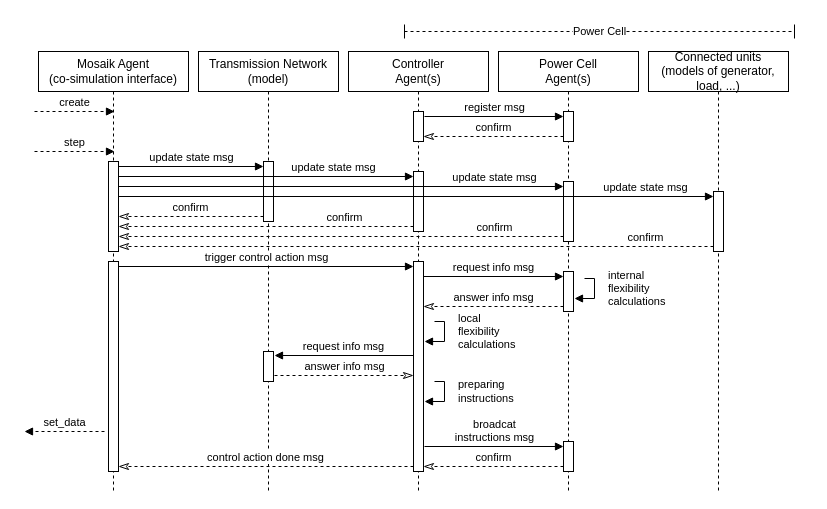
Ellariel/mango_hybit keeps this draw.io diagram as misc/mas.drawio. Above is the earlier version. Source tidied: cells renumbered, new cells numbered last; positions are measured from the earlier drawing's top-left corner, leaving out a move shared by most shapes. Both pictures are drawn from the tidied source at 100%, with x=0, y=0 at pixel (24, 31).
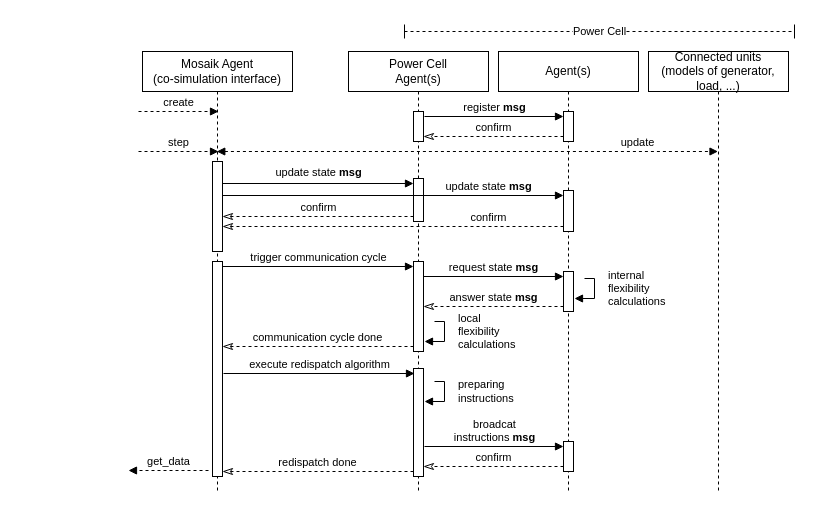
After the change.

The change refers to these unchanged cells:
```xml
<mxCell id="9" style="html=1;points=[[0,0,0,0,5],[0,1,0,0,-5],[1,0,0,0,5],[1,1,0,0,-5]];perimeter=orthogonalPerimeter;outlineConnect=0;targetShapes=umlLifeline;portConstraint=eastwest;newEdgeStyle={&quot;curved&quot;:0,&quot;rounded&quot;:0};" parent="8" vertex="1">
  <mxGeometry x="65" y="60" width="10" height="30" as="geometry" />
</mxCell>
<mxCell id="11" style="html=1;points=[[0,0,0,0,5],[0,1,0,0,-5],[1,0,0,0,5],[1,1,0,0,-5]];perimeter=orthogonalPerimeter;outlineConnect=0;targetShapes=umlLifeline;portConstraint=eastwest;newEdgeStyle={&quot;curved&quot;:0,&quot;rounded&quot;:0};" parent="8" vertex="1">
  <mxGeometry x="65" y="220" width="10" height="40" as="geometry" />
</mxCell>
<mxCell id="13" style="html=1;points=[[0,0,0,0,5],[0,1,0,0,-5],[1,0,0,0,5],[1,1,0,0,-5]];perimeter=orthogonalPerimeter;outlineConnect=0;targetShapes=umlLifeline;portConstraint=eastwest;newEdgeStyle={&quot;curved&quot;:0,&quot;rounded&quot;:0};" parent="8" vertex="1">
  <mxGeometry x="65" y="390" width="10" height="30" as="geometry" />
</mxCell>
<mxCell id="20" value="Connected units&lt;br style=&quot;border-color: var(--border-color);&quot;&gt;(models of generator, load, ...)" style="shape=umlLifeline;perimeter=lifelinePerimeter;whiteSpace=wrap;html=1;newEdgeStyle={&quot;curved&quot;:0,&quot;rounded&quot;:0};" parent="1" vertex="1">
  <mxGeometry x="624" y="20" width="140" height="440" as="geometry" />
</mxCell>
<mxCell id="23" style="html=1;points=[[0,0,0,0,5],[0,1,0,0,-5],[1,0,0,0,5],[1,1,0,0,-5]];perimeter=orthogonalPerimeter;outlineConnect=0;targetShapes=umlLifeline;portConstraint=eastwest;newEdgeStyle={&quot;curved&quot;:0,&quot;rounded&quot;:0};" parent="22" vertex="1">
  <mxGeometry x="70" y="110" width="10" height="90" as="geometry" />
</mxCell>
```

Change to the diagram source:
```diff
@@
-    <mxCell id="2" value="Transmission Network&lt;br&gt;(model)" style="shape=umlLifeline;perimeter=lifelinePerimeter;whiteSpace=wrap;html=1;newEdgeStyle={&quot;curved&quot;:0,&quot;rounded&quot;:0};" parent="1" vertex="1">
-      <mxGeometry x="174" y="20" width="140" height="440" as="geometry" />
-    </mxCell>
-    <mxCell id="3" style="html=1;points=[[0,0,0,0,5],[0,1,0,0,-5],[1,0,0,0,5],[1,1,0,0,-5]];perimeter=orthogonalPerimeter;outlineConnect=0;targetShapes=umlLifeline;portConstraint=eastwest;newEdgeStyle={&quot;curved&quot;:0,&quot;rounded&quot;:0};" parent="2" vertex="1">
-      <mxGeometry x="65" y="110" width="10" height="60" as="geometry" />
-    </mxCell>
-    <mxCell id="4" value="Controller &lt;br&gt;Agent(s)" style="shape=umlLifeline;perimeter=lifelinePerimeter;whiteSpace=wrap;html=1;newEdgeStyle={&quot;curved&quot;:0,&quot;rounded&quot;:0};" parent="1" vertex="1">
+    <mxCell id="4" value="Power Cell&lt;br&gt;Agent(s)" style="shape=umlLifeline;perimeter=lifelinePerimeter;whiteSpace=wrap;html=1;newEdgeStyle={&quot;curved&quot;:0,&quot;rounded&quot;:0};" parent="1" vertex="1">
       <mxGeometry x="324" y="20" width="140" height="440" as="geometry" />
     </mxCell>
@@
     <mxCell id="6" style="html=1;points=[[0,0,0,0,5],[0,1,0,0,-5],[1,0,0,0,5],[1,1,0,0,-5]];perimeter=orthogonalPerimeter;outlineConnect=0;targetShapes=umlLifeline;portConstraint=eastwest;newEdgeStyle={&quot;curved&quot;:0,&quot;rounded&quot;:0};" parent="4" vertex="1">
-      <mxGeometry x="65" y="120" width="10" height="60" as="geometry" />
+      <mxGeometry x="65" y="127" width="10" height="43" as="geometry" />
     </mxCell>
     <mxCell id="7" style="html=1;points=[[0,0,0,0,5],[0,1,0,0,-5],[1,0,0,0,5],[1,1,0,0,-5]];perimeter=orthogonalPerimeter;outlineConnect=0;targetShapes=umlLifeline;portConstraint=eastwest;newEdgeStyle={&quot;curved&quot;:0,&quot;rounded&quot;:0};" parent="4" vertex="1">
-      <mxGeometry x="65" y="210" width="10" height="210" as="geometry" />
+      <mxGeometry x="65" y="210" width="10" height="90" as="geometry" />
     </mxCell>
-    <mxCell id="8" value="Power Cell&lt;br&gt;Agent(s)" style="shape=umlLifeline;perimeter=lifelinePerimeter;whiteSpace=wrap;html=1;newEdgeStyle={&quot;curved&quot;:0,&quot;rounded&quot;:0};" parent="1" vertex="1">
+    <mxCell id="8" value="Agent(s)" style="shape=umlLifeline;perimeter=lifelinePerimeter;whiteSpace=wrap;html=1;newEdgeStyle={&quot;curved&quot;:0,&quot;rounded&quot;:0};" parent="1" vertex="1">
       <mxGeometry x="474" y="20" width="140" height="440" as="geometry" />
     </mxCell>
@@
     <mxCell id="10" style="html=1;points=[[0,0,0,0,5],[0,1,0,0,-5],[1,0,0,0,5],[1,1,0,0,-5]];perimeter=orthogonalPerimeter;outlineConnect=0;targetShapes=umlLifeline;portConstraint=eastwest;newEdgeStyle={&quot;curved&quot;:0,&quot;rounded&quot;:0};" parent="8" vertex="1">
-      <mxGeometry x="65" y="130" width="10" height="60" as="geometry" />
+      <mxGeometry x="65" y="139" width="10" height="41" as="geometry" />
     </mxCell>
@@
-    <mxCell id="12" style="html=1;perimeter=orthogonalPerimeter;targetShapes=umlLifeline;newEdgeStyle={&quot;curved&quot;:0,&quot;rounded&quot;:0};" parent="8" vertex="1">
-      <mxGeometry x="-235" y="300" width="10" height="30" as="geometry" />
-    </mxCell>
@@
-    <mxCell id="14" value="broadcat &lt;br&gt;instructions msg" style="html=1;verticalAlign=bottom;endArrow=block;curved=0;rounded=0;entryX=0;entryY=0;entryDx=0;entryDy=5;" parent="8" edge="1" target="13">
+    <mxCell id="14" value="broadcat &lt;br&gt;instructions &lt;b&gt;msg&lt;/b&gt;" style="html=1;verticalAlign=bottom;endArrow=block;curved=0;rounded=0;entryX=0;entryY=0;entryDx=0;entryDy=5;" parent="8" edge="1" target="13">
       <mxGeometry relative="1" as="geometry">
         <mxPoint x="-74" y="395" as="sourcePoint" />
       </mxGeometry>
     </mxCell>
@@
-    <mxCell id="18" value="request info msg" style="html=1;verticalAlign=bottom;endArrow=block;curved=0;rounded=0;" parent="8" edge="1">
-      <mxGeometry relative="1" as="geometry">
-        <mxPoint x="-85" y="304" as="sourcePoint" />
-        <mxPoint x="-224" y="304" as="targetPoint" />
-      </mxGeometry>
-    </mxCell>
-    <mxCell id="19" value="answer info msg" style="html=1;verticalAlign=bottom;endArrow=classicThin;dashed=1;endSize=8;curved=0;rounded=0;endFill=0;" parent="8" edge="1">
-      <mxGeometry relative="1" as="geometry">
-        <mxPoint x="-224" y="324" as="sourcePoint" />
-        <mxPoint x="-85" y="324" as="targetPoint" />
-      </mxGeometry>
-    </mxCell>
@@
-    <mxCell id="21" style="html=1;points=[[0,0,0,0,5],[0,1,0,0,-5],[1,0,0,0,5],[1,1,0,0,-5]];perimeter=orthogonalPerimeter;outlineConnect=0;targetShapes=umlLifeline;portConstraint=eastwest;newEdgeStyle={&quot;curved&quot;:0,&quot;rounded&quot;:0};" parent="20" vertex="1">
-      <mxGeometry x="65" y="140" width="10" height="60" as="geometry" />
-    </mxCell>
     <mxCell id="22" value="Mosaik Agent&lt;br&gt;(co-simulation interface)" style="shape=umlLifeline;perimeter=lifelinePerimeter;whiteSpace=wrap;html=1;newEdgeStyle={&quot;curved&quot;:0,&quot;rounded&quot;:0};" parent="1" vertex="1">
-      <mxGeometry x="14" y="20" width="150" height="440" as="geometry" />
+      <mxGeometry x="118" y="20" width="150" height="440" as="geometry" />
     </mxCell>
@@
     <mxCell id="24" style="html=1;points=[[0,0,0,0,5],[0,1,0,0,-5],[1,0,0,0,5],[1,1,0,0,-5]];perimeter=orthogonalPerimeter;outlineConnect=0;targetShapes=umlLifeline;portConstraint=eastwest;newEdgeStyle={&quot;curved&quot;:0,&quot;rounded&quot;:0};" parent="22" vertex="1">
-      <mxGeometry x="70" y="210" width="10" height="210" as="geometry" />
+      <mxGeometry x="70" y="210" width="10" height="215" as="geometry" />
     </mxCell>
-    <mxCell id="25" value="register msg" style="html=1;verticalAlign=bottom;endArrow=block;curved=0;rounded=0;entryX=0;entryY=0;entryDx=0;entryDy=5;" parent="1" edge="1" target="9">
+    <mxCell id="25" value="register &lt;b&gt;msg&lt;/b&gt;" style="html=1;verticalAlign=bottom;endArrow=block;curved=0;rounded=0;entryX=0;entryY=0;entryDx=0;entryDy=5;" parent="1" edge="1" target="9">
       <mxGeometry relative="1" as="geometry">
         <mxPoint x="400" y="85" as="sourcePoint" />
       </mxGeometry>
     </mxCell>
@@
     <mxCell id="28" value="step" style="html=1;verticalAlign=bottom;endArrow=block;curved=0;rounded=0;dashed=1;" parent="1" edge="1">
       <mxGeometry relative="1" as="geometry">
-        <mxPoint x="10" y="120" as="sourcePoint" />
-        <mxPoint x="90" y="120" as="targetPoint" />
+        <mxPoint x="114" y="120" as="sourcePoint" />
+        <mxPoint x="194" y="120" as="targetPoint" />
       </mxGeometry>
     </mxCell>
     <mxCell id="29" value="create" style="html=1;verticalAlign=bottom;endArrow=block;curved=0;rounded=0;dashed=1;" parent="1" edge="1">
       <mxGeometry relative="1" as="geometry">
-        <mxPoint x="10" y="80" as="sourcePoint" />
-        <mxPoint x="90" y="80" as="targetPoint" />
+        <mxPoint x="114" y="80" as="sourcePoint" />
+        <mxPoint x="194" y="80" as="targetPoint" />
       </mxGeometry>
     </mxCell>
-    <mxCell id="30" value="update state msg" style="html=1;verticalAlign=bottom;endArrow=block;curved=0;rounded=0;entryX=0;entryY=0;entryDx=0;entryDy=5;exitX=1;exitY=0;exitDx=0;exitDy=5;exitPerimeter=0;" parent="1" edge="1" source="23" target="3">
-      <mxGeometry relative="1" as="geometry" />
-    </mxCell>
-    <mxCell id="31" value="confirm" style="html=1;verticalAlign=bottom;endArrow=classicThin;dashed=1;endSize=8;curved=0;rounded=0;exitX=0;exitY=1;exitDx=0;exitDy=-5;endFill=0;" parent="1" edge="1" source="3" target="23">
-      <mxGeometry relative="1" as="geometry" />
-    </mxCell>
-    <mxCell id="32" value="update state msg" style="html=1;verticalAlign=bottom;endArrow=block;curved=0;rounded=0;entryX=0;entryY=0;entryDx=0;entryDy=5;" parent="1" edge="1" source="23" target="6">
-      <mxGeometry x="0.46" relative="1" as="geometry" />
+    <mxCell id="32" value="update state &lt;b&gt;msg&lt;/b&gt;" style="html=1;verticalAlign=bottom;endArrow=block;curved=0;rounded=0;entryX=0;entryY=0;entryDx=0;entryDy=5;" parent="1" edge="1" source="23" target="6">
+      <mxGeometry x="0.01" y="2" relative="1" as="geometry" />
     </mxCell>
-    <mxCell id="33" value="update state msg" style="html=1;verticalAlign=bottom;endArrow=block;curved=0;rounded=0;entryX=0;entryY=0;entryDx=0;entryDy=5;" parent="1" edge="1" source="23" target="10">
-      <mxGeometry x="0.69" relative="1" as="geometry" />
+    <mxCell id="33" value="update state &lt;b&gt;msg&lt;/b&gt;" style="html=1;verticalAlign=bottom;endArrow=block;curved=0;rounded=0;entryX=0;entryY=0;entryDx=0;entryDy=5;" parent="1" edge="1" source="23" target="10">
+      <mxGeometry x="0.56" relative="1" as="geometry" />
     </mxCell>
     <mxCell id="34" value="confirm" style="html=1;verticalAlign=bottom;endArrow=classicThin;dashed=1;endSize=8;curved=0;rounded=0;exitX=0;exitY=1;exitDx=0;exitDy=-5;endFill=0;" parent="1" edge="1" source="10" target="23">
-      <mxGeometry x="-0.69" relative="1" as="geometry" />
+      <mxGeometry x="-0.56" relative="1" as="geometry" />
     </mxCell>
-    <mxCell id="35" value="update state msg" style="html=1;verticalAlign=bottom;endArrow=block;curved=0;rounded=0;entryX=0;entryY=0;entryDx=0;entryDy=5;" parent="1" edge="1" source="23" target="21">
-      <mxGeometry x="0.77" relative="1" as="geometry" />
+    <mxCell id="35" value="update" style="html=1;verticalAlign=bottom;endArrow=block;curved=0;rounded=0;startArrow=block;startFill=1;endFill=1;dashed=1;" parent="1" edge="1">
+      <mxGeometry x="0.68" relative="1" as="geometry">
+        <mxPoint x="192.3" y="120" as="sourcePoint" />
+        <mxPoint x="693.5" y="120" as="targetPoint" />
+      </mxGeometry>
     </mxCell>
-    <mxCell id="36" value="confirm" style="html=1;verticalAlign=bottom;endArrow=classicThin;dashed=1;endSize=8;curved=0;rounded=0;exitX=0;exitY=1;exitDx=0;exitDy=-5;endFill=0;" parent="1" edge="1" source="21" target="23">
-      <mxGeometry x="-0.77" relative="1" as="geometry" />
-    </mxCell>
     <mxCell id="37" value="confirm" style="html=1;verticalAlign=bottom;endArrow=classicThin;dashed=1;endSize=8;curved=0;rounded=0;exitX=0;exitY=1;exitDx=0;exitDy=-5;endFill=0;" parent="1" edge="1" source="6" target="23">
-      <mxGeometry x="-0.53" relative="1" as="geometry" />
+      <mxGeometry x="-0.01" relative="1" as="geometry" />
     </mxCell>
-    <mxCell id="38" value="trigger control action msg" style="html=1;verticalAlign=bottom;endArrow=block;curved=0;rounded=0;entryX=0;entryY=0;entryDx=0;entryDy=5;exitX=1;exitY=0;exitDx=0;exitDy=5;exitPerimeter=0;" parent="1" edge="1" source="24" target="7">
+    <mxCell id="38" value="trigger communication cycle" style="html=1;verticalAlign=bottom;endArrow=block;curved=0;rounded=0;entryX=0;entryY=0;entryDx=0;entryDy=5;exitX=1;exitY=0;exitDx=0;exitDy=5;exitPerimeter=0;" parent="1" edge="1" source="24" target="7">
       <mxGeometry relative="1" as="geometry" />
     </mxCell>
-    <mxCell id="39" value="control action done msg" style="html=1;verticalAlign=bottom;endArrow=classicThin;dashed=1;endSize=8;curved=0;rounded=0;exitX=0;exitY=1;exitDx=0;exitDy=-5;entryX=1;entryY=1;entryDx=0;entryDy=-5;entryPerimeter=0;startArrow=none;startFill=0;endFill=0;" parent="1" edge="1" source="7" target="24">
-      <mxGeometry relative="1" as="geometry" />
+    <mxCell id="39" value="communication cycle done" style="html=1;verticalAlign=bottom;endArrow=classicThin;dashed=1;endSize=8;curved=0;rounded=0;exitX=0;exitY=1;exitDx=0;exitDy=-5;entryX=1;entryY=1;entryDx=0;entryDy=-5;entryPerimeter=0;startArrow=none;startFill=0;endFill=0;" parent="1" edge="1">
+      <mxGeometry relative="1" as="geometry">
+        <mxPoint x="389" y="315" as="sourcePoint" />
+        <mxPoint x="198" y="315" as="targetPoint" />
+      </mxGeometry>
     </mxCell>
-    <mxCell id="40" value="request info msg" style="html=1;verticalAlign=bottom;endArrow=block;curved=0;rounded=0;entryX=0;entryY=0;entryDx=0;entryDy=5;" parent="1" edge="1" source="7" target="11">
+    <mxCell id="40" value="request state &lt;b&gt;msg&lt;/b&gt;" style="html=1;verticalAlign=bottom;endArrow=block;curved=0;rounded=0;entryX=0;entryY=0;entryDx=0;entryDy=5;" parent="1" edge="1" source="7" target="11">
       <mxGeometry relative="1" as="geometry" />
     </mxCell>
-    <mxCell id="41" value="answer info msg" style="html=1;verticalAlign=bottom;endArrow=classicThin;dashed=1;endSize=8;curved=0;rounded=0;exitX=0;exitY=1;exitDx=0;exitDy=-5;endFill=0;" parent="1" edge="1" source="11" target="7">
+    <mxCell id="41" value="answer state &lt;b&gt;msg&lt;/b&gt;" style="html=1;verticalAlign=bottom;endArrow=classicThin;dashed=1;endSize=8;curved=0;rounded=0;exitX=0;exitY=1;exitDx=0;exitDy=-5;endFill=0;" parent="1" edge="1" source="11" target="7">
       <mxGeometry relative="1" as="geometry" />
     </mxCell>
@@
-    <mxCell id="43" value="set_data" style="html=1;verticalAlign=bottom;endArrow=block;curved=0;rounded=0;dashed=1;" parent="1" edge="1">
+    <mxCell id="43" value="get_data" style="html=1;verticalAlign=bottom;endArrow=block;curved=0;rounded=0;dashed=1;" parent="1" edge="1">
       <mxGeometry relative="1" as="geometry">
-        <mxPoint x="80" y="400" as="sourcePoint" />
-        <mxPoint y="400" as="targetPoint" />
+        <mxPoint x="184" y="439" as="sourcePoint" />
+        <mxPoint x="104" y="439" as="targetPoint" />
       </mxGeometry>
     </mxCell>
+    <mxCell id="44" value="execute redispatch algorithm" style="html=1;verticalAlign=bottom;endArrow=block;curved=0;rounded=0;entryX=0;entryY=0;entryDx=0;entryDy=5;exitX=1;exitY=0;exitDx=0;exitDy=5;exitPerimeter=0;" parent="1" edge="1">
+      <mxGeometry relative="1" as="geometry">
+        <mxPoint x="199" y="342" as="sourcePoint" />
+        <mxPoint x="390" y="342" as="targetPoint" />
+      </mxGeometry>
+    </mxCell>
+    <mxCell id="45" style="html=1;perimeter=orthogonalPerimeter;targetShapes=umlLifeline;newEdgeStyle={&quot;curved&quot;:0,&quot;rounded&quot;:0};" parent="1" vertex="1">
+      <mxGeometry x="389" y="337" width="10" height="108" as="geometry" />
+    </mxCell>
+    <mxCell id="46" value="redispatch done" style="html=1;verticalAlign=bottom;endArrow=classicThin;dashed=1;endSize=8;curved=0;rounded=0;exitX=0;exitY=1;exitDx=0;exitDy=-5;entryX=1;entryY=1;entryDx=0;entryDy=-5;entryPerimeter=0;startArrow=none;startFill=0;endFill=0;" parent="1" edge="1">
+      <mxGeometry relative="1" as="geometry">
+        <mxPoint x="389" y="440" as="sourcePoint" />
+        <mxPoint x="198" y="440" as="targetPoint" />
+      </mxGeometry>
+    </mxCell>
```
